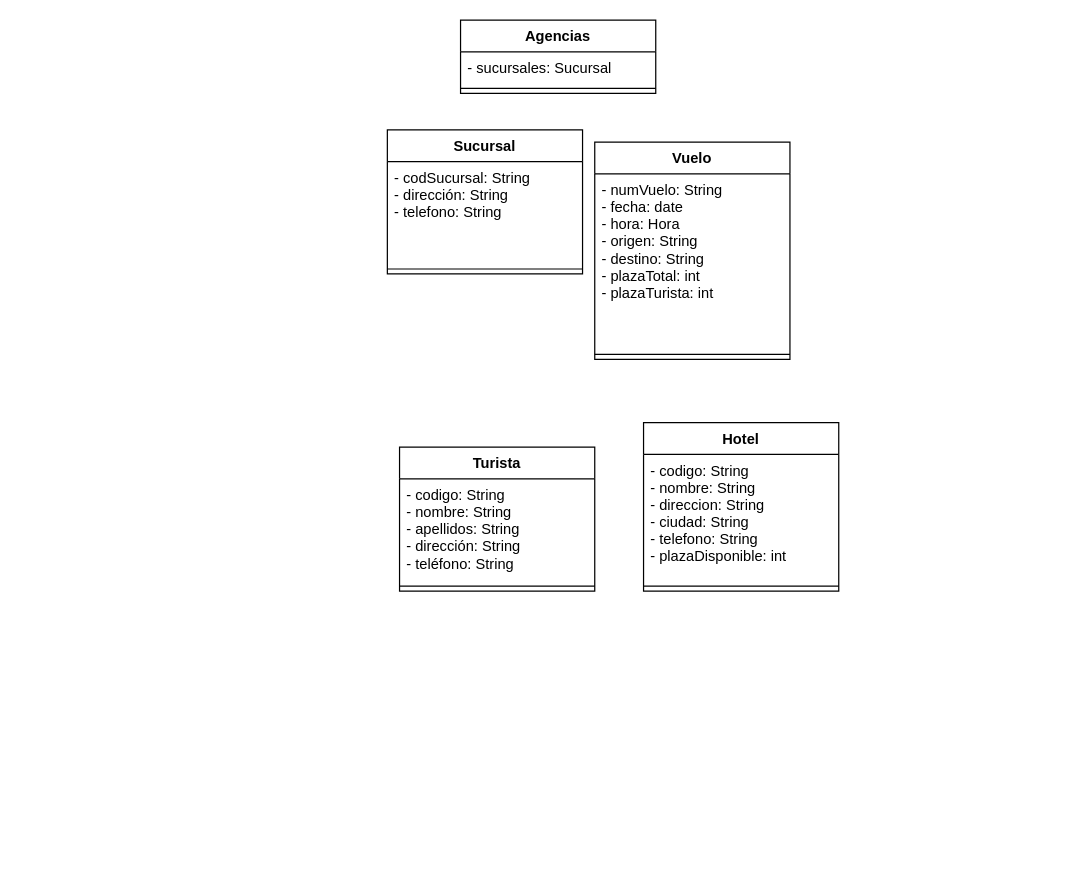
Above: agencia de viajes.drawio in vmcabreu/Diagramas-de-Clase (draw.io), before the change. Source tidied: cells renumbered, new cells numbered last; positions are measured from the earlier drawing's top-left corner, leaving out a move shared by most shapes. Both pictures are drawn from the tidied source at 122%, with x=0, y=0 at pixel (387, 20).
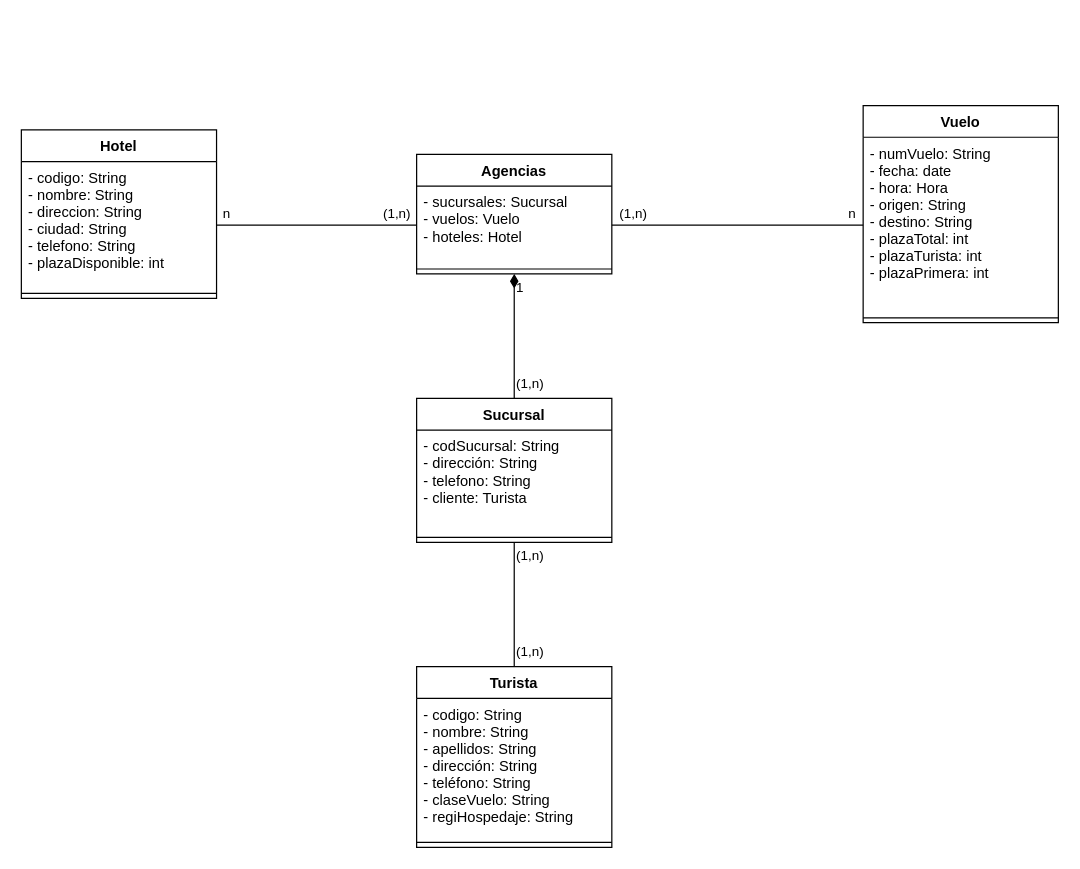
After the change.

The change refers to these unchanged cells:
```xml
<mxCell id="15" value="- codigo: String&#10;- nombre: String&#10;- direccion: String&#10;- ciudad: String&#10;- telefono: String&#10;- plazaDisponible: int&#10;" style="text;strokeColor=none;fillColor=none;align=left;verticalAlign=top;spacingLeft=4;spacingRight=4;overflow=hidden;points=[[0,0.5],[1,0.5]];portConstraint=eastwest;" parent="14" vertex="1">
  <mxGeometry y="26" width="160" height="104" as="geometry" />
</mxCell>
```

Change to the diagram source:
```diff
@@
     <mxCell id="2" value="Agencias" style="swimlane;fontStyle=1;align=center;verticalAlign=top;horizontal=1;startSize=26;" parent="1" vertex="1">
-      <mxGeometry x="60" width="160" height="60" as="geometry" />
+      <mxGeometry x="24" y="110" width="160" height="98" as="geometry" />
     </mxCell>
-    <mxCell id="3" value="- sucursales: Sucursal" style="text;strokeColor=none;fillColor=none;align=left;verticalAlign=top;spacingLeft=4;spacingRight=4;overflow=hidden;points=[[0,0.5],[1,0.5]];portConstraint=eastwest;" parent="2" vertex="1">
-      <mxGeometry y="26" width="160" height="26" as="geometry" />
+    <mxCell id="3" value="- sucursales: Sucursal&#10;- vuelos: Vuelo&#10;- hoteles: Hotel&#10;" style="text;strokeColor=none;fillColor=none;align=left;verticalAlign=top;spacingLeft=4;spacingRight=4;overflow=hidden;points=[[0,0.5],[1,0.5]];portConstraint=eastwest;" parent="2" vertex="1">
+      <mxGeometry y="26" width="160" height="64" as="geometry" />
     </mxCell>
     <mxCell id="4" style="line;strokeWidth=1;fillColor=none;align=left;verticalAlign=middle;spacingTop=-1;spacingLeft=3;spacingRight=3;labelPosition=right;" parent="2" vertex="1">
-      <mxGeometry y="52" width="160" height="8" as="geometry" />
+      <mxGeometry y="90" width="160" height="8" as="geometry" />
     </mxCell>
     <mxCell id="5" value="Sucursal" style="swimlane;fontStyle=1;align=center;verticalAlign=top;horizontal=1;startSize=26;" parent="1" vertex="1">
-      <mxGeometry y="90" width="160" height="118" as="geometry" />
+      <mxGeometry x="24" y="310" width="160" height="118" as="geometry" />
     </mxCell>
-    <mxCell id="6" value="- codSucursal: String&#10;- dirección: String&#10;- telefono: String&#10;" style="text;strokeColor=none;fillColor=none;align=left;verticalAlign=top;spacingLeft=4;spacingRight=4;overflow=hidden;" parent="5" vertex="1">
+    <mxCell id="6" value="- codSucursal: String&#10;- dirección: String&#10;- telefono: String&#10;- cliente: Turista&#10;&#10;" style="text;strokeColor=none;fillColor=none;align=left;verticalAlign=top;spacingLeft=4;spacingRight=4;overflow=hidden;" parent="5" vertex="1">
       <mxGeometry y="26" width="160" height="84" as="geometry" />
     </mxCell>
@@
     <mxCell id="8" value="Vuelo" style="swimlane;fontStyle=1;align=center;verticalAlign=top;horizontal=1;startSize=26;" parent="1" vertex="1">
-      <mxGeometry x="170" y="100" width="160" height="178" as="geometry" />
+      <mxGeometry x="390" y="70" width="160" height="178" as="geometry" />
     </mxCell>
-    <mxCell id="9" value="- numVuelo: String&#10;- fecha: date&#10;- hora: Hora&#10;- origen: String&#10;- destino: String&#10;- plazaTotal: int&#10;- plazaTurista: int&#10;" style="text;strokeColor=none;fillColor=none;align=left;verticalAlign=top;spacingLeft=4;spacingRight=4;overflow=hidden;points=[[0,0.5],[1,0.5]];portConstraint=eastwest;" parent="8" vertex="1">
+    <mxCell id="9" value="- numVuelo: String&#10;- fecha: date&#10;- hora: Hora&#10;- origen: String&#10;- destino: String&#10;- plazaTotal: int&#10;- plazaTurista: int&#10;- plazaPrimera: int&#10;&#10;" style="text;strokeColor=none;fillColor=none;align=left;verticalAlign=top;spacingLeft=4;spacingRight=4;overflow=hidden;points=[[0,0.5],[1,0.5]];portConstraint=eastwest;" parent="8" vertex="1">
       <mxGeometry y="26" width="160" height="144" as="geometry" />
     </mxCell>
@@
     <mxCell id="11" value="Turista" style="swimlane;fontStyle=1;align=center;verticalAlign=top;horizontal=1;startSize=26;" parent="1" vertex="1">
-      <mxGeometry x="10" y="350" width="160" height="118" as="geometry" />
+      <mxGeometry x="24" y="530" width="160" height="148" as="geometry" />
     </mxCell>
-    <mxCell id="12" value="- codigo: String&#10;- nombre: String&#10;- apellidos: String&#10;- dirección: String&#10;- teléfono: String&#10;" style="text;strokeColor=none;fillColor=none;align=left;verticalAlign=top;spacingLeft=4;spacingRight=4;overflow=hidden;" parent="11" vertex="1">
-      <mxGeometry y="26" width="160" height="84" as="geometry" />
+    <mxCell id="12" value="- codigo: String&#10;- nombre: String&#10;- apellidos: String&#10;- dirección: String&#10;- teléfono: String&#10;- claseVuelo: String&#10;- regiHospedaje: String&#10;&#10;&#10;" style="text;strokeColor=none;fillColor=none;align=left;verticalAlign=top;spacingLeft=4;spacingRight=4;overflow=hidden;" parent="11" vertex="1">
+      <mxGeometry y="26" width="160" height="114" as="geometry" />
     </mxCell>
     <mxCell id="13" style="line;strokeWidth=1;fillColor=none;align=left;verticalAlign=middle;spacingTop=-1;spacingLeft=3;spacingRight=3;labelPosition=right;" parent="11" vertex="1">
-      <mxGeometry y="110" width="160" height="8" as="geometry" />
+      <mxGeometry y="140" width="160" height="8" as="geometry" />
     </mxCell>
     <mxCell id="14" value="Hotel" style="swimlane;fontStyle=1;align=center;verticalAlign=top;horizontal=1;startSize=26;" parent="1" vertex="1">
-      <mxGeometry x="210" y="330" width="160" height="138" as="geometry" />
+      <mxGeometry x="-300" y="90" width="160" height="138" as="geometry" />
     </mxCell>
@@
+    <mxCell id="17" value="(1,n)&amp;nbsp;&amp;nbsp;&amp;nbsp;&amp;nbsp;&amp;nbsp;&amp;nbsp;&amp;nbsp;&amp;nbsp;&amp;nbsp;&amp;nbsp;&amp;nbsp;&amp;nbsp;&amp;nbsp;&amp;nbsp;&amp;nbsp;&amp;nbsp;&amp;nbsp;&amp;nbsp;&amp;nbsp;&amp;nbsp;&amp;nbsp;&amp;nbsp;&amp;nbsp;&amp;nbsp;&amp;nbsp;&amp;nbsp;&amp;nbsp;&amp;nbsp;&amp;nbsp;&amp;nbsp;&amp;nbsp;&amp;nbsp;&amp;nbsp;&amp;nbsp;&amp;nbsp;&amp;nbsp;&amp;nbsp;&amp;nbsp;&amp;nbsp;&amp;nbsp;&amp;nbsp;&amp;nbsp;&amp;nbsp;&amp;nbsp;&amp;nbsp;&amp;nbsp;&amp;nbsp;&amp;nbsp;&amp;nbsp;&amp;nbsp;&amp;nbsp;&amp;nbsp;&amp;nbsp; n" style="endArrow=none;html=1;rounded=0;exitX=1;exitY=0.5;exitDx=0;exitDy=0;entryX=0;entryY=0.5;entryDx=0;entryDy=0;labelBackgroundColor=none;labelPosition=center;verticalLabelPosition=top;align=center;verticalAlign=bottom;" parent="1" edge="1" source="3" target="9">
+      <mxGeometry relative="1" as="geometry" />
+    </mxCell>
+    <mxCell id="18" value="n&amp;nbsp;&amp;nbsp;&amp;nbsp;&amp;nbsp;&amp;nbsp;&amp;nbsp;&amp;nbsp;&amp;nbsp;&amp;nbsp;&amp;nbsp;&amp;nbsp;&amp;nbsp;&amp;nbsp;&amp;nbsp;&amp;nbsp;&amp;nbsp;&amp;nbsp;&amp;nbsp;&amp;nbsp;&amp;nbsp;&amp;nbsp;&amp;nbsp;&amp;nbsp;&amp;nbsp;&amp;nbsp;&amp;nbsp;&amp;nbsp;&amp;nbsp;&amp;nbsp;&amp;nbsp;&amp;nbsp;&amp;nbsp;&amp;nbsp;&amp;nbsp;&amp;nbsp;&amp;nbsp;&amp;nbsp;&amp;nbsp;&amp;nbsp;&amp;nbsp; (1,n)" style="endArrow=none;html=1;rounded=0;exitX=1;exitY=0.5;exitDx=0;exitDy=0;entryX=0;entryY=0.5;entryDx=0;entryDy=0;labelBackgroundColor=none;labelPosition=center;verticalLabelPosition=top;align=center;verticalAlign=bottom;" parent="1" edge="1" source="15" target="3">
+      <mxGeometry relative="1" as="geometry" />
+    </mxCell>
+    <mxCell id="19" value="&lt;div&gt;1&lt;br&gt;&lt;/div&gt;&lt;div&gt;&lt;br&gt;&lt;/div&gt;&lt;div&gt;&lt;br&gt;&lt;/div&gt;&lt;div&gt;&lt;br&gt;&lt;/div&gt;&lt;div&gt;&lt;br&gt;&lt;/div&gt;&lt;div&gt;&lt;br&gt;&lt;/div&gt;&lt;div&gt;(1,n)&lt;/div&gt;" style="endArrow=none;html=1;rounded=0;exitX=0.5;exitY=1;exitDx=0;exitDy=0;entryX=0.5;entryY=0;entryDx=0;entryDy=0;labelBackgroundColor=none;labelPosition=right;verticalLabelPosition=middle;align=left;verticalAlign=middle;startArrow=diamondThin;startFill=1;sourcePerimeterSpacing=0;startSize=9;" parent="1" edge="1" source="2" target="5">
+      <mxGeometry relative="1" as="geometry" />
+    </mxCell>
+    <mxCell id="20" value="&lt;div&gt;(1,n)&lt;br&gt;&lt;/div&gt;&lt;div&gt;&lt;br&gt;&lt;/div&gt;&lt;div&gt;&lt;br&gt;&lt;/div&gt;&lt;div&gt;&lt;br&gt;&lt;/div&gt;&lt;div&gt;&lt;br&gt;&lt;/div&gt;&lt;div&gt;&lt;br&gt;&lt;/div&gt;&lt;div&gt;(1,n)&lt;/div&gt;" style="endArrow=none;html=1;rounded=0;exitX=0.5;exitY=1;exitDx=0;exitDy=0;entryX=0.5;entryY=0;entryDx=0;entryDy=0;labelBackgroundColor=none;labelPosition=right;verticalLabelPosition=middle;align=left;verticalAlign=middle;" parent="1" edge="1" source="5" target="11">
+      <mxGeometry relative="1" as="geometry" />
+    </mxCell>
```
